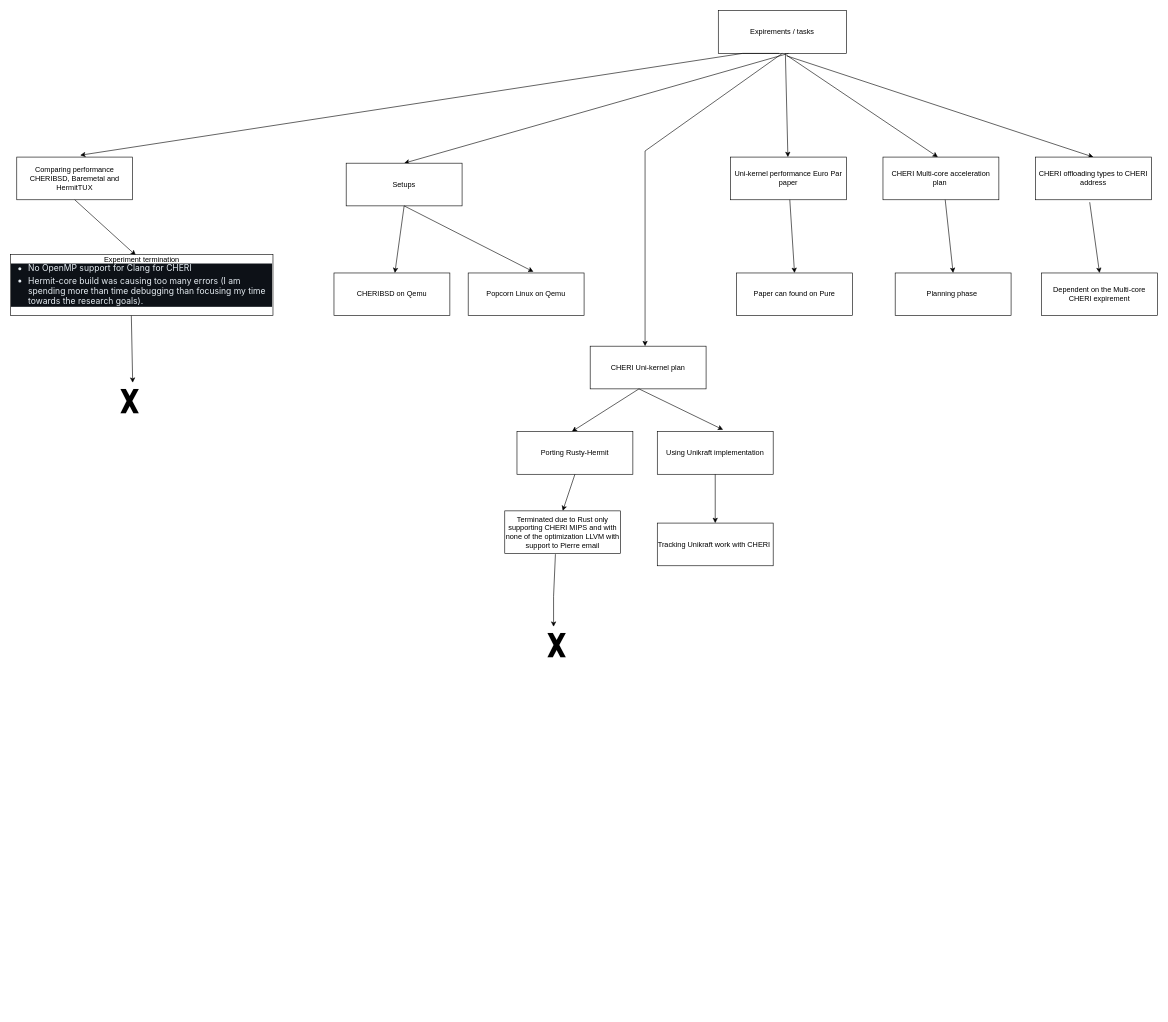
This is Untitled Diagram.drawio from Akilan1999/PhD-public, a draw.io file, before an edit. Source tidied: cells renumbered, new cells numbered last; positions are measured from the earlier drawing's top-left corner, leaving out a move shared by most shapes. Both pictures are drawn from the tidied source at 61%, with x=0, y=0 at pixel (10, 10).
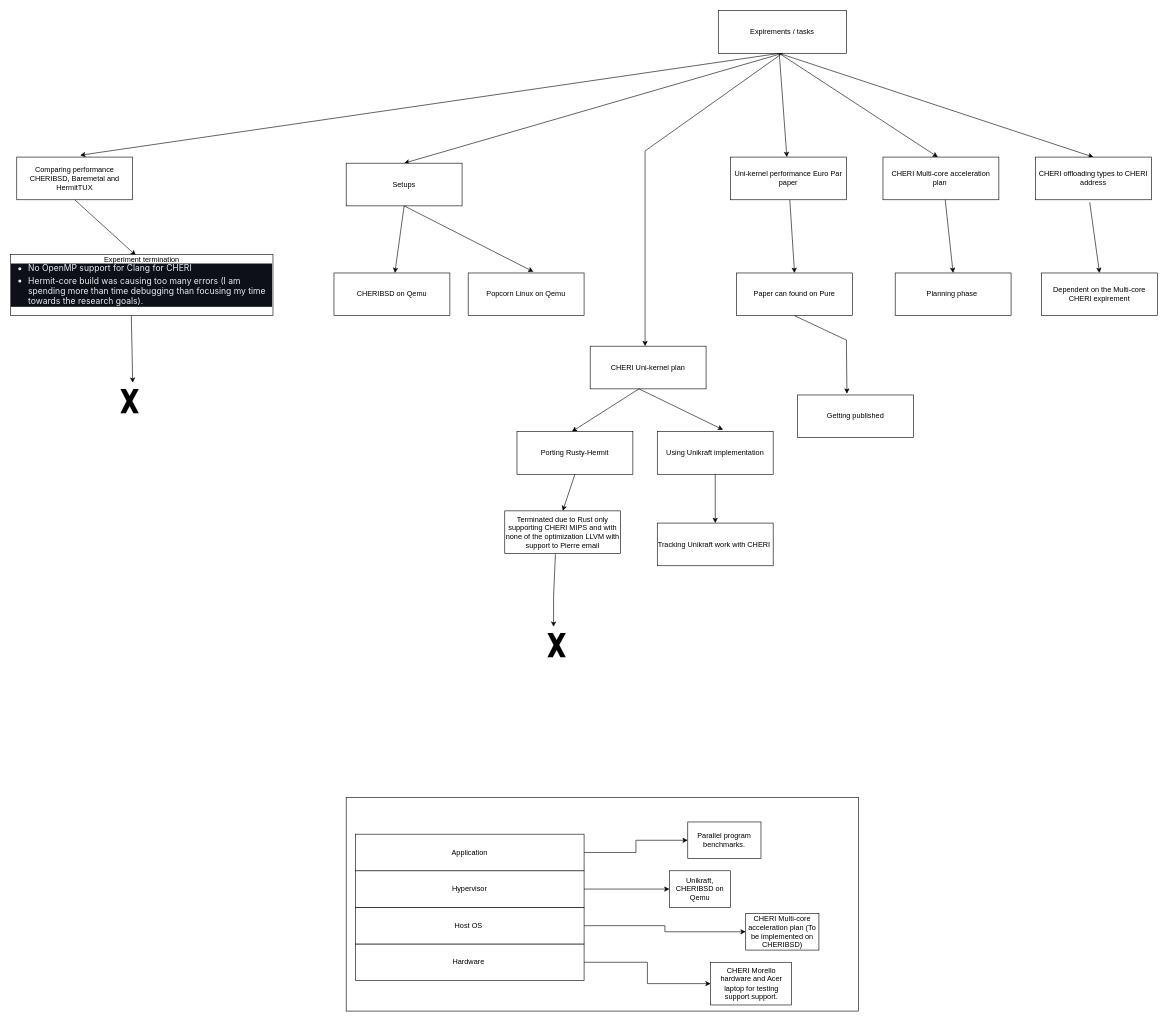
The same page after the edit.

Unchanged cells that the change refers to:
```xml
<mxCell id="2" value="Expirements / tasks" style="rounded=0;whiteSpace=wrap;html=1;" parent="1" vertex="1">
  <mxGeometry x="1160" width="210" height="70" as="geometry" />
</mxCell>
<mxCell id="3" value="Comparing performance CHERIBSD, Baremetal and HermitTUX" style="rounded=0;whiteSpace=wrap;html=1;" parent="1" vertex="1">
  <mxGeometry x="10" y="240" width="190" height="70" as="geometry" />
</mxCell>
<mxCell id="8" value="Setups" style="rounded=0;whiteSpace=wrap;html=1;" parent="1" vertex="1">
  <mxGeometry x="550" y="250" width="190" height="70" as="geometry" />
</mxCell>
<mxCell id="13" value="Uni-kernel performance Euro Par paper" style="rounded=0;whiteSpace=wrap;html=1;" parent="1" vertex="1">
  <mxGeometry x="1180" y="240" width="190" height="70" as="geometry" />
</mxCell>
<mxCell id="16" value="Paper can found on Pure" style="rounded=0;whiteSpace=wrap;html=1;" parent="1" vertex="1">
  <mxGeometry x="1190" y="430" width="190" height="70" as="geometry" />
</mxCell>
<mxCell id="32" value="CHERI offloading types to CHERI address" style="rounded=0;whiteSpace=wrap;html=1;" parent="1" vertex="1">
  <mxGeometry x="1680" y="240" width="190" height="70" as="geometry" />
</mxCell>
```

Change to the diagram source:
```diff
@@
     <mxCell id="4" style="endArrow=classic;html=1;rounded=0;entryX=0.547;entryY=-0.043;entryDx=0;entryDy=0;entryPerimeter=0;" parent="1" edge="1" source="2" target="3">
       <mxGeometry relative="1" as="geometry">
         <Array as="points">
           <mxPoint x="1260" y="70" />
-          <mxPoint x="1200" y="70" />
         </Array>
       </mxGeometry>
     </mxCell>
@@
-    <mxCell id="7" style="endArrow=classic;html=1;rounded=0;exitX=0.548;exitY=1;exitDx=0;exitDy=0;exitPerimeter=0;entryX=0.5;entryY=0;entryDx=0;entryDy=0;" parent="1" edge="1" source="2" target="8">
+    <mxCell id="7" style="endArrow=classic;html=1;rounded=0;entryX=0.5;entryY=0;entryDx=0;entryDy=0;exitX=0.5;exitY=1;exitDx=0;exitDy=0;" parent="1" edge="1" source="2" target="8">
       <mxGeometry relative="1" as="geometry" />
     </mxCell>
@@
     <mxCell id="14" style="endArrow=classic;html=1;rounded=0;" parent="1" edge="1" target="13">
       <mxGeometry relative="1" as="geometry">
-        <mxPoint x="1270" y="70" as="sourcePoint" />
+        <mxPoint x="1260" y="70" as="sourcePoint" />
       </mxGeometry>
     </mxCell>
@@
-    <mxCell id="17" style="endArrow=classic;html=1;rounded=0;exitX=0.533;exitY=1.043;exitDx=0;exitDy=0;exitPerimeter=0;" parent="1" edge="1" source="2">
+    <mxCell id="17" style="endArrow=classic;html=1;rounded=0;" parent="1" edge="1">
       <mxGeometry relative="1" as="geometry">
+        <mxPoint x="1260" y="70" as="sourcePoint" />
         <mxPoint x="1520" y="240" as="targetPoint" />
       </mxGeometry>
     </mxCell>
@@
-    <mxCell id="31" style="endArrow=classic;html=1;rounded=0;entryX=0.5;entryY=0;entryDx=0;entryDy=0;exitX=0.533;exitY=1.057;exitDx=0;exitDy=0;exitPerimeter=0;" parent="1" edge="1" source="2" target="32">
-      <mxGeometry relative="1" as="geometry" />
+    <mxCell id="31" style="endArrow=classic;html=1;rounded=0;entryX=0.5;entryY=0;entryDx=0;entryDy=0;" parent="1" edge="1" target="32">
+      <mxGeometry relative="1" as="geometry">
+        <mxPoint x="1260" y="70" as="sourcePoint" />
+      </mxGeometry>
     </mxCell>
@@
+    <mxCell id="39" style="endArrow=classic;html=1;rounded=0;exitX=0.5;exitY=1;exitDx=0;exitDy=0;entryX=0.426;entryY=-0.029;entryDx=0;entryDy=0;entryPerimeter=0;" parent="1" edge="1" source="16" target="40">
+      <mxGeometry relative="1" as="geometry">
+        <Array as="points">
+          <mxPoint x="1370" y="540" />
+        </Array>
+      </mxGeometry>
+    </mxCell>
+    <mxCell id="40" value="Getting published" style="rounded=0;whiteSpace=wrap;html=1;" parent="1" vertex="1">
+      <mxGeometry x="1290" y="630" width="190" height="70" as="geometry" />
+    </mxCell>
+    <mxCell id="41" style="rounded=0;whiteSpace=wrap;html=1;" parent="1" vertex="1">
+      <mxGeometry x="550" y="1290" width="840" height="350" as="geometry" />
+    </mxCell>
+    <mxCell id="42" style="edgeStyle=orthogonalEdgeStyle;rounded=0;jettySize=auto;html=1;" parent="1" edge="1" source="43" target="52">
+      <mxGeometry relative="1" as="geometry" />
+    </mxCell>
+    <mxCell id="43" value="Hardware&amp;nbsp;" style="rounded=0;whiteSpace=wrap;html=1;" parent="1" vertex="1">
+      <mxGeometry x="565" y="1530" width="375" height="60" as="geometry" />
+    </mxCell>
+    <mxCell id="44" style="edgeStyle=orthogonalEdgeStyle;rounded=0;jettySize=auto;html=1;" parent="1" edge="1" source="45" target="51">
+      <mxGeometry relative="1" as="geometry" />
+    </mxCell>
+    <mxCell id="45" value="Host OS&amp;nbsp;" style="rounded=0;whiteSpace=wrap;html=1;" parent="1" vertex="1">
+      <mxGeometry x="565" y="1470" width="375" height="60" as="geometry" />
+    </mxCell>
+    <mxCell id="46" style="edgeStyle=orthogonalEdgeStyle;rounded=0;jettySize=auto;html=1;" parent="1" edge="1" source="47" target="50">
+      <mxGeometry relative="1" as="geometry" />
+    </mxCell>
+    <mxCell id="47" value="Hypervisor" style="rounded=0;whiteSpace=wrap;html=1;" parent="1" vertex="1">
+      <mxGeometry x="565" y="1410" width="375" height="60" as="geometry" />
+    </mxCell>
+    <mxCell id="48" style="edgeStyle=orthogonalEdgeStyle;rounded=0;jettySize=auto;html=1;" parent="1" edge="1" source="49" target="53">
+      <mxGeometry relative="1" as="geometry" />
+    </mxCell>
+    <mxCell id="49" value="Application" style="rounded=0;whiteSpace=wrap;html=1;" parent="1" vertex="1">
+      <mxGeometry x="565" y="1350" width="375" height="60" as="geometry" />
+    </mxCell>
+    <mxCell id="50" value="Unikraft, CHERIBSD on Qemu" style="whiteSpace=wrap;html=1;rounded=0;" parent="1" vertex="1">
+      <mxGeometry x="1080" y="1410" width="100" height="60" as="geometry" />
+    </mxCell>
+    <mxCell id="51" value="CHERI Multi-core acceleration plan (To be implemented on CHERIBSD)" style="rounded=0;whiteSpace=wrap;html=1;" parent="1" vertex="1">
+      <mxGeometry x="1205" y="1480" width="120" height="60" as="geometry" />
+    </mxCell>
+    <mxCell id="52" value="CHERI Morello hardware and Acer laptop for testing support support." style="rounded=0;whiteSpace=wrap;html=1;" parent="1" vertex="1">
+      <mxGeometry x="1147.5" y="1560" width="132.5" height="70" as="geometry" />
+    </mxCell>
+    <mxCell id="53" value="Parallel program benchmarks." style="whiteSpace=wrap;html=1;rounded=0;" parent="1" vertex="1">
+      <mxGeometry x="1110" y="1330" width="120" height="60" as="geometry" />
+    </mxCell>
```
